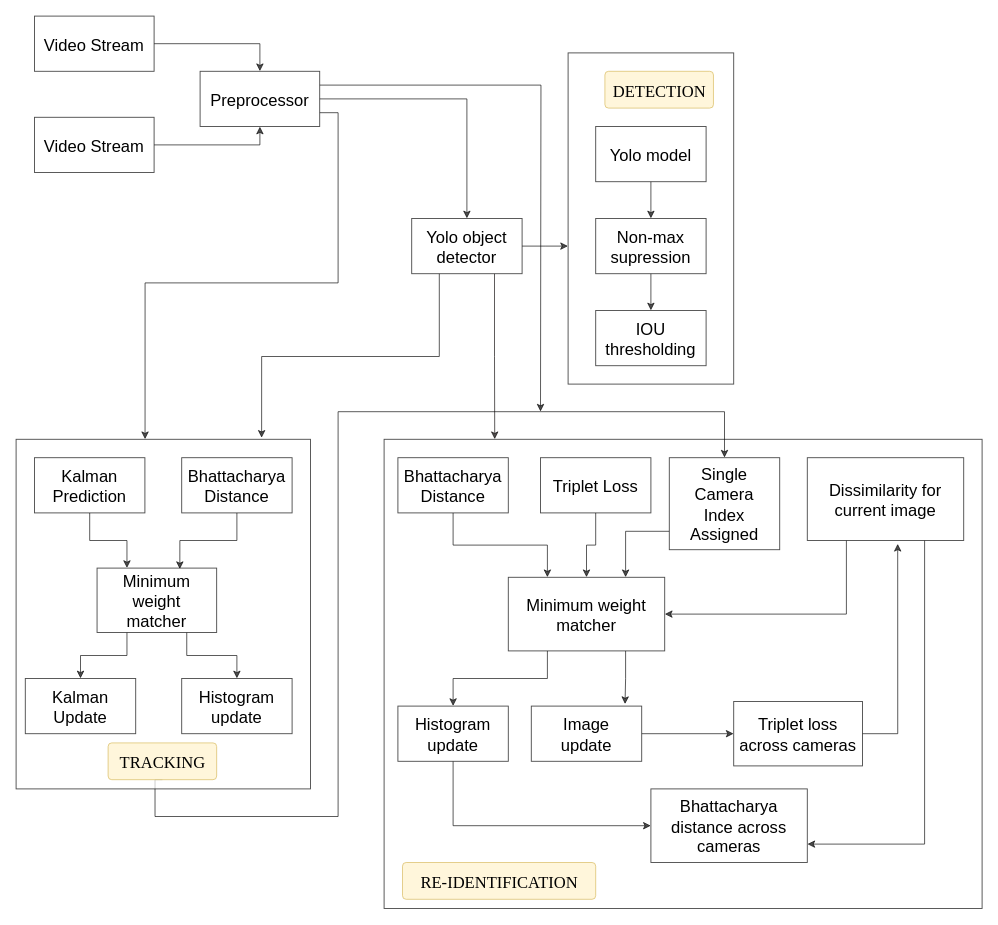
Above: multiple_system_archi.drawio in chauchausoup/major_diagrams (draw.io), before the change. Source tidied: cells renumbered, new cells numbered last; positions are measured from the earlier drawing's top-left corner, leaving out a move shared by most shapes. Both pictures are drawn from the tidied source at 92%, with x=0, y=0 at pixel (16, 16).
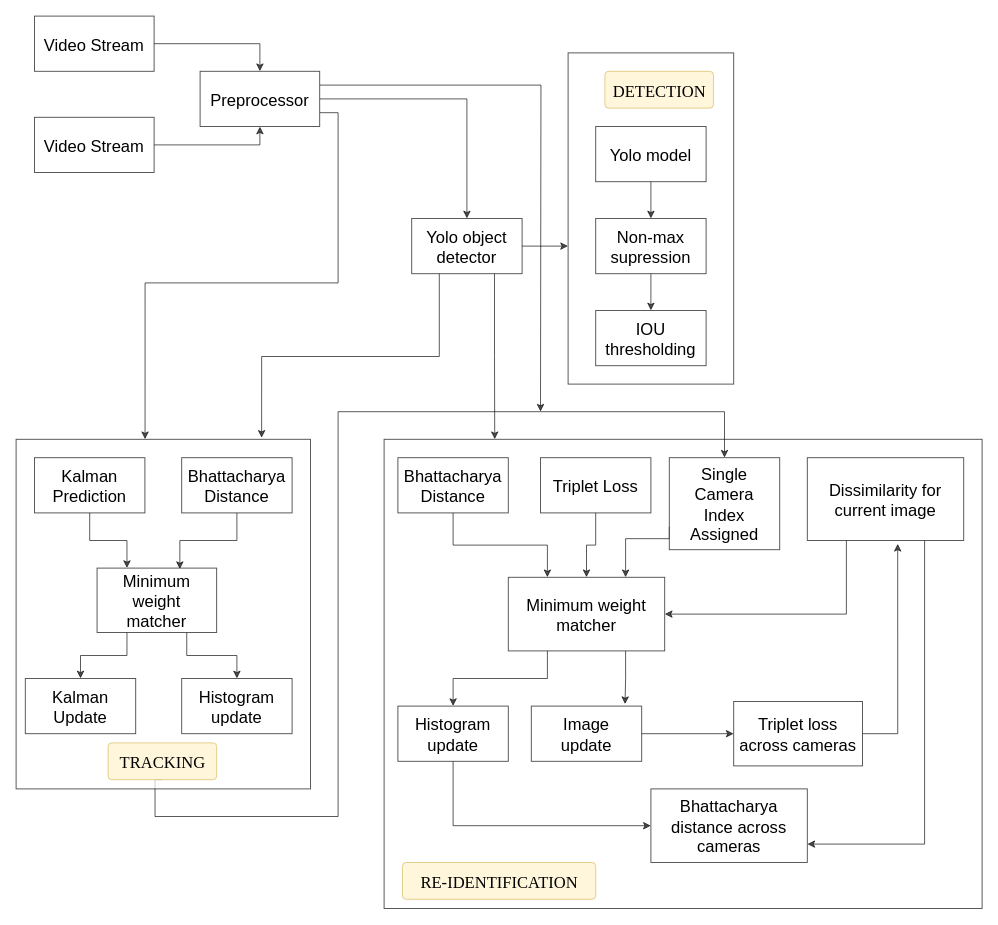
The same page after the edit.

The change refers to these unchanged cells:
```xml
<mxCell id="38" value="Minimum weight matcher" style="rounded=0;whiteSpace=wrap;html=1;fontSize=18;spacing=6;spacingTop=4;opacity=70;" parent="1" vertex="1">
  <mxGeometry x="535" y="610" width="170" height="80" as="geometry" />
</mxCell>
<mxCell id="44" value="Single Camera Index Assigned" style="rounded=0;whiteSpace=wrap;html=1;fontSize=18;spacing=6;spacingTop=4;opacity=70;" parent="1" vertex="1">
  <mxGeometry x="710" y="480" width="120" height="100" as="geometry" />
</mxCell>
```

The edit, as a diff of the source:
```diff
@@
-    <mxCell id="43" style="edgeStyle=orthogonalEdgeStyle;rounded=0;jettySize=auto;html=1;entryX=0.75;entryY=0;entryDx=0;entryDy=0;fontSize=18;spacing=6;spacingTop=4;opacity=70;" parent="1" edge="1" source="44" target="38">
+    <mxCell id="43" style="edgeStyle=orthogonalEdgeStyle;rounded=0;jettySize=auto;html=1;entryX=0.75;entryY=0;entryDx=0;entryDy=0;fontSize=18;spacing=6;spacingTop=4;opacity=70;exitX=0;exitY=0.75;exitDx=0;exitDy=0;" parent="1" edge="1" source="44" target="38">
       <mxGeometry relative="1" as="geometry">
         <Array as="points">
-          <mxPoint x="770" y="560" />
-          <mxPoint x="660" y="560" />
+          <mxPoint x="710" y="568" />
+          <mxPoint x="663" y="568" />
         </Array>
       </mxGeometry>
     </mxCell>
```
